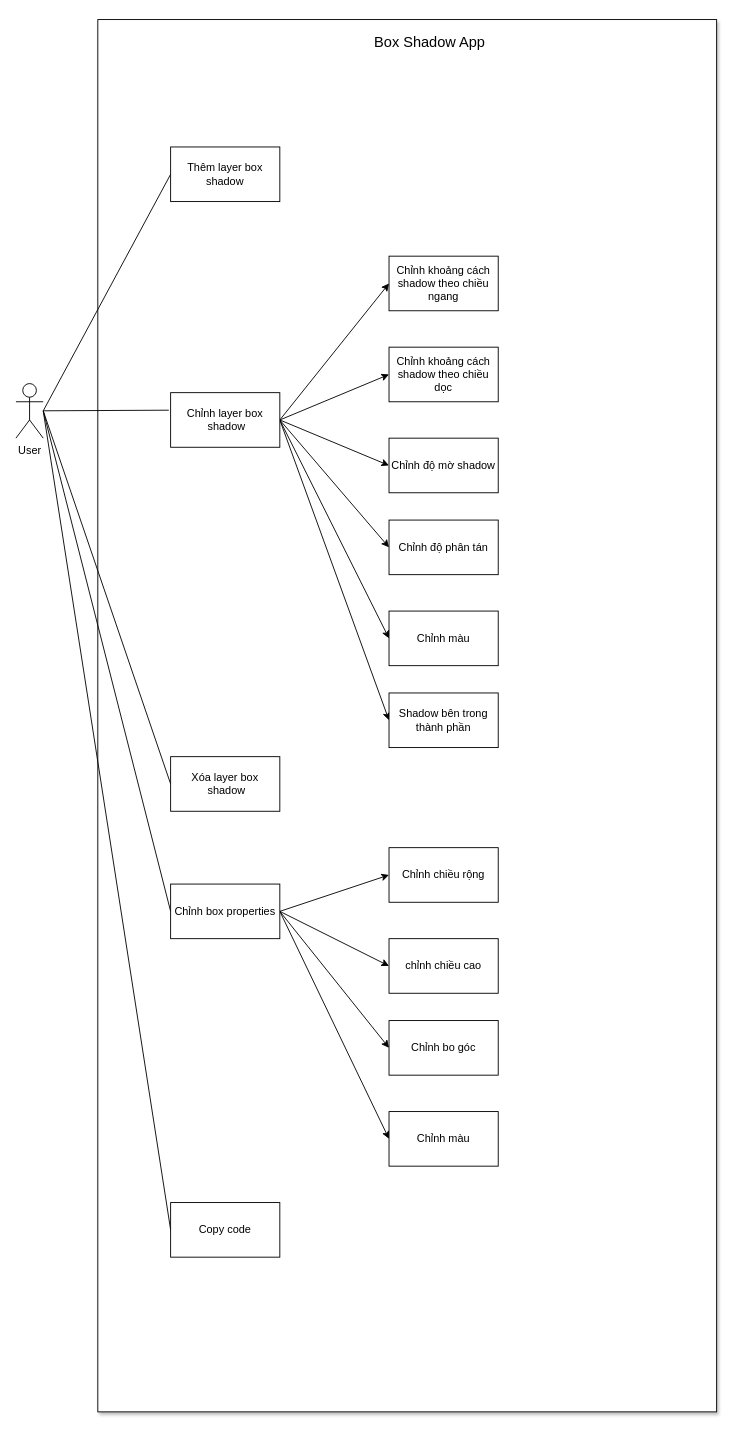
vandoan882000/box-shadow-app keeps this draw.io diagram as src/diagrams/usecase/boxShadow.drawio. Above is the earlier version. Source tidied: cells renumbered, new cells numbered last; positions are measured from the earlier drawing's top-left corner, leaving out a move shared by most shapes. Both pictures are drawn from the tidied source at 91%, with x=0, y=0 at pixel (15, 19).
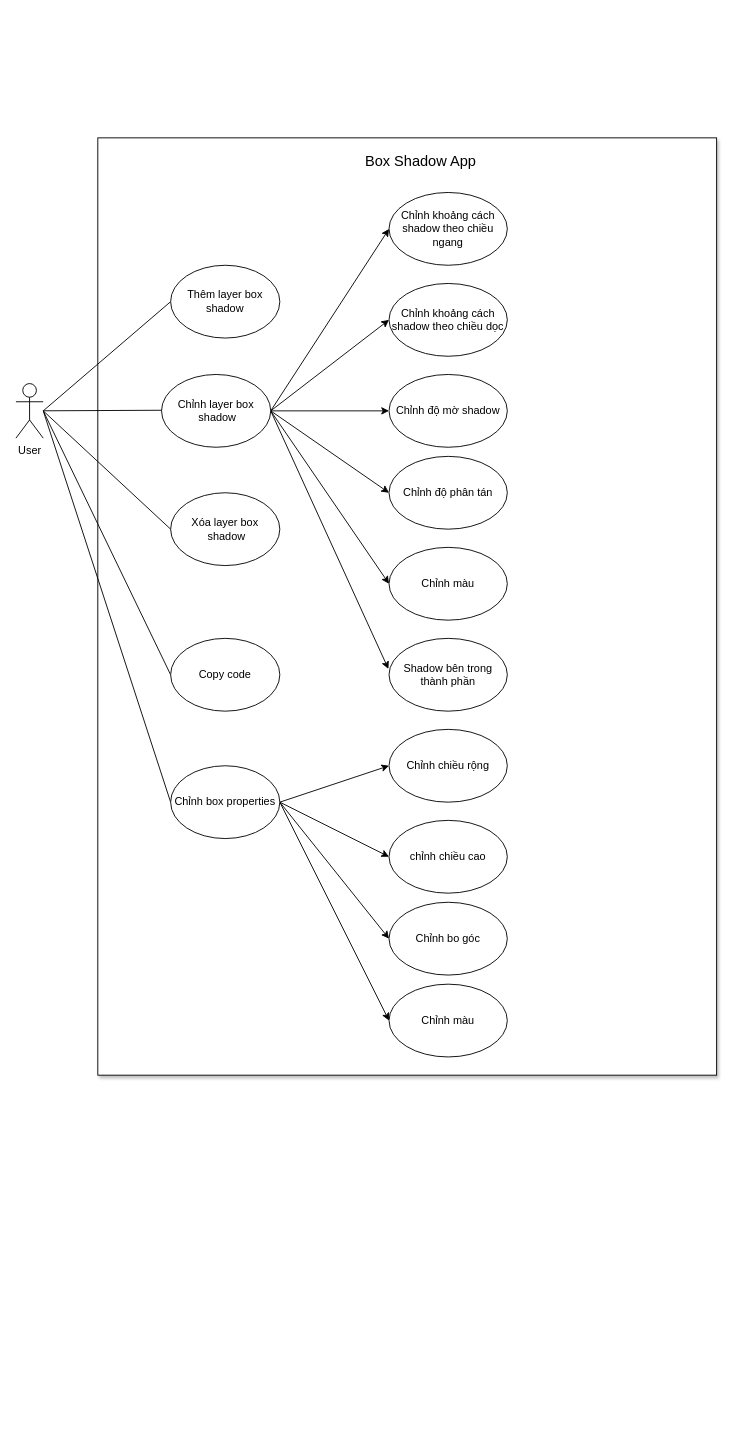
After the change.

Unchanged cells that the change refers to:
```xml
<mxCell id="8" value="User" style="shape=umlActor;verticalLabelPosition=bottom;verticalAlign=top;html=1;outlineConnect=0;" parent="1" vertex="1">
  <mxGeometry y="400" width="30" height="60" as="geometry" />
</mxCell>
```

What changed in the source:
```diff
@@
     <mxCell id="2" style="rounded=0;whiteSpace=wrap;html=1;shadow=1;" parent="1" vertex="1">
-      <mxGeometry x="90" width="680" height="1530" as="geometry" />
+      <mxGeometry x="90" y="130" width="680" height="1030" as="geometry" />
     </mxCell>
-    <mxCell id="3" style="edgeStyle=none;html=1;entryX=-0.017;entryY=0.321;entryDx=0;entryDy=0;entryPerimeter=0;endArrow=none;endFill=0;" parent="1" edge="1" source="8" target="16">
-      <mxGeometry relative="1" as="geometry" />
+    <mxCell id="3" style="edgeStyle=none;html=1;entryX=-0.017;entryY=0.321;entryDx=0;entryDy=0;entryPerimeter=0;endArrow=none;endFill=0;" parent="1" edge="1" source="8">
+      <mxGeometry relative="1" as="geometry">
+        <mxPoint x="168" y="429.3" as="targetPoint" />
+      </mxGeometry>
     </mxCell>
@@
-    <mxCell id="9" value="Thêm layer box shadow" style="rounded=0;whiteSpace=wrap;html=1;" parent="1" vertex="1">
-      <mxGeometry x="170" y="140" width="120" height="60" as="geometry" />
-    </mxCell>
-    <mxCell id="10" style="edgeStyle=none;html=1;entryX=0;entryY=0.5;entryDx=0;entryDy=0;endArrow=classic;endFill=1;exitX=1;exitY=0.5;exitDx=0;exitDy=0;" parent="1" edge="1" source="16" target="24">
-      <mxGeometry relative="1" as="geometry" />
+    <mxCell id="10" style="edgeStyle=none;html=1;entryX=0;entryY=0.5;entryDx=0;entryDy=0;endArrow=classic;endFill=1;" parent="1" edge="1">
+      <mxGeometry relative="1" as="geometry">
+        <mxPoint x="280" y="430" as="sourcePoint" />
+        <mxPoint x="410" y="230" as="targetPoint" />
+      </mxGeometry>
     </mxCell>
-    <mxCell id="11" style="edgeStyle=none;html=1;entryX=0;entryY=0.5;entryDx=0;entryDy=0;endArrow=classic;endFill=1;exitX=1;exitY=0.5;exitDx=0;exitDy=0;" parent="1" edge="1" source="16" target="25">
-      <mxGeometry relative="1" as="geometry" />
+    <mxCell id="11" style="edgeStyle=none;html=1;entryX=0;entryY=0.5;entryDx=0;entryDy=0;endArrow=classic;endFill=1;exitX=1;exitY=0.5;exitDx=0;exitDy=0;" parent="1" edge="1" source="16">
+      <mxGeometry relative="1" as="geometry">
+        <mxPoint x="410" y="330" as="targetPoint" />
+      </mxGeometry>
     </mxCell>
-    <mxCell id="12" style="edgeStyle=none;html=1;entryX=0;entryY=0.5;entryDx=0;entryDy=0;endArrow=classic;endFill=1;exitX=1;exitY=0.5;exitDx=0;exitDy=0;" parent="1" edge="1" source="16" target="26">
-      <mxGeometry relative="1" as="geometry" />
+    <mxCell id="12" style="edgeStyle=none;html=1;entryX=0;entryY=0.5;entryDx=0;entryDy=0;endArrow=classic;endFill=1;exitX=1;exitY=0.5;exitDx=0;exitDy=0;" parent="1" edge="1" source="16">
+      <mxGeometry relative="1" as="geometry">
+        <mxPoint x="410" y="430" as="targetPoint" />
+      </mxGeometry>
     </mxCell>
-    <mxCell id="13" style="edgeStyle=none;html=1;entryX=0;entryY=0.5;entryDx=0;entryDy=0;endArrow=classic;endFill=1;exitX=1;exitY=0.5;exitDx=0;exitDy=0;" parent="1" edge="1" source="16" target="27">
-      <mxGeometry relative="1" as="geometry" />
+    <mxCell id="13" style="edgeStyle=none;html=1;entryX=0;entryY=0.5;entryDx=0;entryDy=0;endArrow=classic;endFill=1;" parent="1" edge="1">
+      <mxGeometry relative="1" as="geometry">
+        <mxPoint x="280" y="430" as="sourcePoint" />
+        <mxPoint x="410" y="520" as="targetPoint" />
+      </mxGeometry>
     </mxCell>
-    <mxCell id="14" style="edgeStyle=none;html=1;entryX=0;entryY=0.5;entryDx=0;entryDy=0;endArrow=classic;endFill=1;exitX=1;exitY=0.5;exitDx=0;exitDy=0;" parent="1" edge="1" source="16" target="28">
-      <mxGeometry relative="1" as="geometry" />
+    <mxCell id="14" style="edgeStyle=none;html=1;entryX=0;entryY=0.5;entryDx=0;entryDy=0;endArrow=classic;endFill=1;exitX=1;exitY=0.5;exitDx=0;exitDy=0;" parent="1" edge="1" source="16">
+      <mxGeometry relative="1" as="geometry">
+        <mxPoint x="410" y="620" as="targetPoint" />
+      </mxGeometry>
     </mxCell>
-    <mxCell id="15" style="edgeStyle=none;html=1;entryX=0;entryY=0.5;entryDx=0;entryDy=0;endArrow=classic;endFill=1;exitX=1;exitY=0.5;exitDx=0;exitDy=0;" parent="1" edge="1" source="16" target="29">
-      <mxGeometry relative="1" as="geometry" />
+    <mxCell id="15" style="edgeStyle=none;html=1;endArrow=classic;endFill=1;entryX=-0.005;entryY=0.421;entryDx=0;entryDy=0;entryPerimeter=0;" parent="1" edge="1" target="29">
+      <mxGeometry relative="1" as="geometry">
+        <mxPoint x="280" y="430" as="sourcePoint" />
+      </mxGeometry>
     </mxCell>
-    <mxCell id="16" value="Chỉnh layer box&lt;br&gt;&amp;nbsp;shadow" style="rounded=0;whiteSpace=wrap;html=1;" parent="1" vertex="1">
-      <mxGeometry x="170" y="410" width="120" height="60" as="geometry" />
-    </mxCell>
-    <mxCell id="17" value="Xóa layer box&lt;br&gt;&amp;nbsp;shadow" style="rounded=0;whiteSpace=wrap;html=1;" parent="1" vertex="1">
-      <mxGeometry x="170" y="810" width="120" height="60" as="geometry" />
-    </mxCell>
@@
-    <mxCell id="20" style="edgeStyle=none;html=1;entryX=0;entryY=0.5;entryDx=0;entryDy=0;endArrow=classic;endFill=1;exitX=1;exitY=0.5;exitDx=0;exitDy=0;" parent="1" edge="1" source="22" target="32">
-      <mxGeometry relative="1" as="geometry" />
+    <mxCell id="20" style="edgeStyle=none;html=1;entryX=0;entryY=0.5;entryDx=0;entryDy=0;endArrow=classic;endFill=1;" parent="1" edge="1" target="32">
+      <mxGeometry relative="1" as="geometry">
+        <mxPoint x="290" y="860" as="sourcePoint" />
+      </mxGeometry>
     </mxCell>
-    <mxCell id="21" style="edgeStyle=none;html=1;entryX=0;entryY=0.5;entryDx=0;entryDy=0;endArrow=classic;endFill=1;exitX=1;exitY=0.5;exitDx=0;exitDy=0;" parent="1" edge="1" source="22" target="33">
-      <mxGeometry relative="1" as="geometry" />
+    <mxCell id="21" style="edgeStyle=none;html=1;entryX=0;entryY=0.5;entryDx=0;entryDy=0;endArrow=classic;endFill=1;" parent="1" edge="1" target="36">
+      <mxGeometry relative="1" as="geometry">
+        <mxPoint x="290" y="860" as="sourcePoint" />
+      </mxGeometry>
     </mxCell>
+    <mxCell id="34" value="&lt;font style=&quot;font-size: 16px;&quot;&gt;Box Shadow App&lt;/font&gt;" style="text;html=1;strokeColor=none;fillColor=none;align=center;verticalAlign=middle;whiteSpace=wrap;rounded=0;shadow=1;" parent="1" vertex="1">
+      <mxGeometry x="370" y="140" width="150" height="30" as="geometry" />
+    </mxCell>
+    <mxCell id="9" value="Thêm layer box shadow" style="ellipse;whiteSpace=wrap;html=1;" parent="1" vertex="1">
+      <mxGeometry x="170" y="270" width="120" height="80" as="geometry" />
+    </mxCell>
+    <mxCell id="16" value="Chỉnh layer box&lt;br&gt;&amp;nbsp;shadow" style="ellipse;whiteSpace=wrap;html=1;" parent="1" vertex="1">
+      <mxGeometry x="160" y="390" width="120" height="80" as="geometry" />
+    </mxCell>
+    <mxCell id="17" value="Xóa layer box&lt;br&gt;&amp;nbsp;shadow" style="ellipse;whiteSpace=wrap;html=1;" parent="1" vertex="1">
+      <mxGeometry x="170" y="520" width="120" height="80" as="geometry" />
+    </mxCell>
-    <mxCell id="22" value="Chỉnh box properties" style="rounded=0;whiteSpace=wrap;html=1;" parent="1" vertex="1">
-      <mxGeometry x="170" y="950" width="120" height="60" as="geometry" />
+    <mxCell id="22" value="Chỉnh box properties" style="ellipse;whiteSpace=wrap;html=1;" parent="1" vertex="1">
+      <mxGeometry x="170" y="820" width="120" height="80" as="geometry" />
     </mxCell>
-    <mxCell id="23" value="Copy code" style="rounded=0;whiteSpace=wrap;html=1;" parent="1" vertex="1">
-      <mxGeometry x="170" y="1300" width="120" height="60" as="geometry" />
+    <mxCell id="23" value="Copy code" style="ellipse;whiteSpace=wrap;html=1;" parent="1" vertex="1">
+      <mxGeometry x="170" y="680" width="120" height="80" as="geometry" />
     </mxCell>
-    <mxCell id="24" value="Chỉnh khoảng cách shadow theo chiều ngang" style="rounded=0;whiteSpace=wrap;html=1;" parent="1" vertex="1">
-      <mxGeometry x="410" y="260" width="120" height="60" as="geometry" />
+    <mxCell id="24" value="Chỉnh khoảng cách shadow theo chiều ngang" style="ellipse;whiteSpace=wrap;html=1;" parent="1" vertex="1">
+      <mxGeometry x="410" y="190" width="130" height="80" as="geometry" />
     </mxCell>
-    <mxCell id="25" value="Chỉnh khoảng cách shadow theo chiều dọc" style="rounded=0;whiteSpace=wrap;html=1;" parent="1" vertex="1">
-      <mxGeometry x="410" y="360" width="120" height="60" as="geometry" />
+    <mxCell id="25" value="Chỉnh khoảng cách shadow theo chiều dọc" style="ellipse;whiteSpace=wrap;html=1;" parent="1" vertex="1">
+      <mxGeometry x="410" y="290" width="130" height="80" as="geometry" />
     </mxCell>
-    <mxCell id="26" value="Chỉnh độ mờ shadow" style="rounded=0;whiteSpace=wrap;html=1;" parent="1" vertex="1">
-      <mxGeometry x="410" y="460" width="120" height="60" as="geometry" />
+    <mxCell id="26" value="Chỉnh độ mờ shadow" style="ellipse;whiteSpace=wrap;html=1;" parent="1" vertex="1">
+      <mxGeometry x="410" y="390" width="130" height="80" as="geometry" />
     </mxCell>
-    <mxCell id="27" value="Chỉnh độ phân tán" style="rounded=0;whiteSpace=wrap;html=1;" parent="1" vertex="1">
-      <mxGeometry x="410" y="550" width="120" height="60" as="geometry" />
+    <mxCell id="27" value="Chỉnh độ phân tán" style="ellipse;whiteSpace=wrap;html=1;" parent="1" vertex="1">
+      <mxGeometry x="410" y="480" width="130" height="80" as="geometry" />
     </mxCell>
-    <mxCell id="28" value="Chỉnh màu" style="rounded=0;whiteSpace=wrap;html=1;" parent="1" vertex="1">
-      <mxGeometry x="410" y="650" width="120" height="60" as="geometry" />
-    </mxCell>
+    <mxCell id="35" value="Chỉnh màu" style="ellipse;whiteSpace=wrap;html=1;" parent="1" vertex="1">
+      <mxGeometry x="410" y="580" width="130" height="80" as="geometry" />
+    </mxCell>
-    <mxCell id="29" value="Shadow bên trong thành phần" style="rounded=0;whiteSpace=wrap;html=1;" parent="1" vertex="1">
-      <mxGeometry x="410" y="740" width="120" height="60" as="geometry" />
+    <mxCell id="29" value="Shadow bên trong thành phần" style="ellipse;whiteSpace=wrap;html=1;" parent="1" vertex="1">
+      <mxGeometry x="410" y="680" width="130" height="80" as="geometry" />
     </mxCell>
-    <mxCell id="30" value="Chỉnh chiều rộng" style="rounded=0;whiteSpace=wrap;html=1;" parent="1" vertex="1">
-      <mxGeometry x="410" y="910" width="120" height="60" as="geometry" />
+    <mxCell id="30" value="Chỉnh chiều rộng" style="ellipse;whiteSpace=wrap;html=1;" parent="1" vertex="1">
+      <mxGeometry x="410" y="780" width="130" height="80" as="geometry" />
     </mxCell>
-    <mxCell id="31" value="chỉnh chiều cao" style="rounded=0;whiteSpace=wrap;html=1;" parent="1" vertex="1">
-      <mxGeometry x="410" y="1010" width="120" height="60" as="geometry" />
+    <mxCell id="31" value="chỉnh chiều cao" style="ellipse;whiteSpace=wrap;html=1;" parent="1" vertex="1">
+      <mxGeometry x="410" y="880" width="130" height="80" as="geometry" />
     </mxCell>
-    <mxCell id="32" value="Chỉnh bo góc" style="rounded=0;whiteSpace=wrap;html=1;" parent="1" vertex="1">
-      <mxGeometry x="410" y="1100" width="120" height="60" as="geometry" />
+    <mxCell id="32" value="Chỉnh bo góc" style="ellipse;whiteSpace=wrap;html=1;" parent="1" vertex="1">
+      <mxGeometry x="410" y="970" width="130" height="80" as="geometry" />
     </mxCell>
-    <mxCell id="33" value="Chỉnh màu" style="rounded=0;whiteSpace=wrap;html=1;" parent="1" vertex="1">
-      <mxGeometry x="410" y="1200" width="120" height="60" as="geometry" />
-    </mxCell>
-    <mxCell id="34" value="&lt;font style=&quot;font-size: 16px;&quot;&gt;Box Shadow App&lt;/font&gt;" style="text;html=1;strokeColor=none;fillColor=none;align=center;verticalAlign=middle;whiteSpace=wrap;rounded=0;shadow=1;" parent="1" vertex="1">
-      <mxGeometry x="380" y="10" width="150" height="30" as="geometry" />
-    </mxCell>
+    <mxCell id="36" value="Chỉnh màu" style="ellipse;whiteSpace=wrap;html=1;" parent="1" vertex="1">
+      <mxGeometry x="410" y="1060" width="130" height="80" as="geometry" />
+    </mxCell>
```
